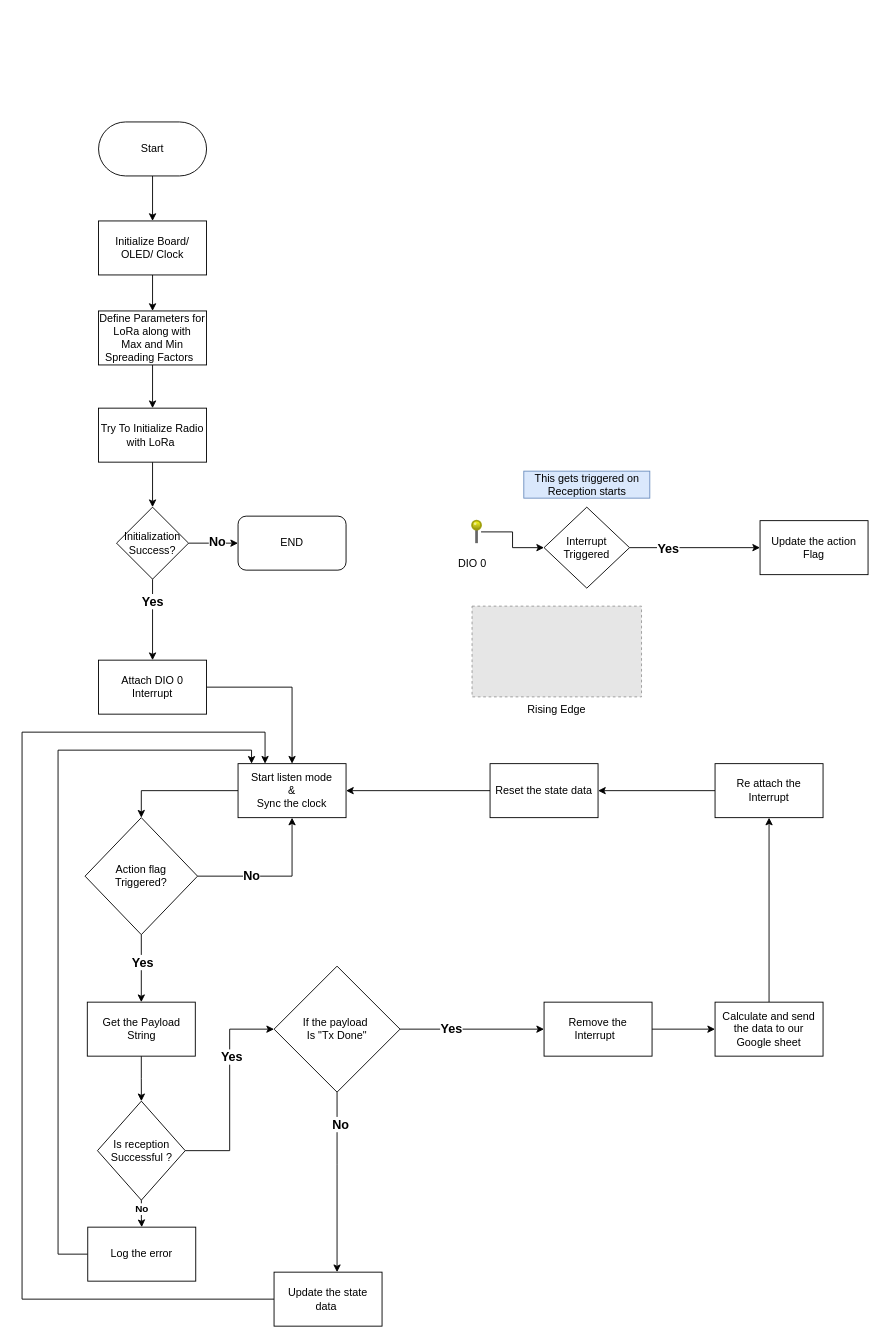
The draw.io diagram LoRaReciver.drawio in NuwanUdara/my-diagrams, before the edit. Source tidied: cells renumbered, new cells numbered last; positions are measured from the earlier drawing's top-left corner, leaving out a move shared by most shapes. Both pictures are drawn from the tidied source at 90%, with x=0, y=0 at pixel (22, 122). Pictures stored in the file or linked from it are replaced by grey dashed boxes.
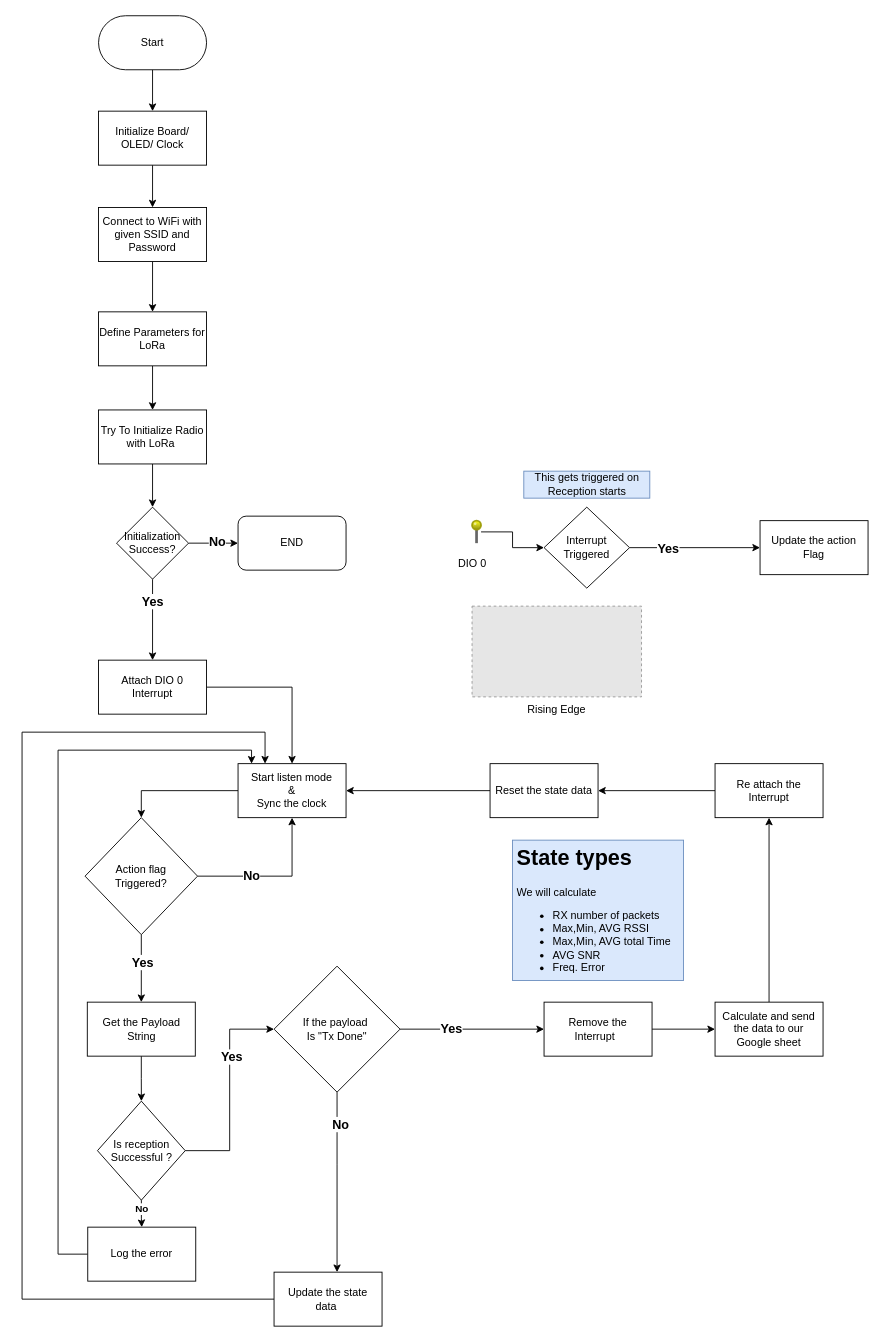
After the change.

Change to the diagram source:
```diff
@@
     <mxCell id="3" value="Start" style="rounded=1;whiteSpace=wrap;html=1;arcSize=50;" parent="1" vertex="1">
-      <mxGeometry x="85" width="120" height="60" as="geometry" />
+      <mxGeometry x="85" y="-118" width="120" height="60" as="geometry" />
     </mxCell>
-    <mxCell id="4" style="edgeStyle=orthogonalEdgeStyle;rounded=0;jettySize=auto;html=1;" parent="1" edge="1" source="5" target="7">
-      <mxGeometry relative="1" as="geometry" />
-    </mxCell>
+    <mxCell id="58" style="edgeStyle=orthogonalEdgeStyle;rounded=0;jettySize=auto;html=1;" parent="1" edge="1" source="5" target="60">
+      <mxGeometry relative="1" as="geometry" />
+    </mxCell>
     <mxCell id="5" value="Initialize Board/ &lt;br&gt;OLED/ Clock" style="rounded=0;whiteSpace=wrap;html=1;" parent="1" vertex="1">
-      <mxGeometry x="85" y="110" width="120" height="60" as="geometry" />
+      <mxGeometry x="85" y="-12" width="120" height="60" as="geometry" />
     </mxCell>
@@
-    <mxCell id="7" value="Define Parameters for LoRa along with&lt;br&gt;Max and Min Spreading Factors&amp;nbsp;&amp;nbsp;" style="whiteSpace=wrap;html=1;rounded=0;" parent="1" vertex="1">
-      <mxGeometry x="85" y="210" width="120" height="60" as="geometry" />
+    <mxCell id="7" value="Define Parameters for LoRa" style="whiteSpace=wrap;html=1;rounded=0;" parent="1" vertex="1">
+      <mxGeometry x="85" y="211" width="120" height="60" as="geometry" />
     </mxCell>
@@
     <mxCell id="9" value="Try To Initialize Radio with LoRa&amp;nbsp;" style="whiteSpace=wrap;html=1;rounded=0;" parent="1" vertex="1">
-      <mxGeometry x="85" y="318" width="120" height="60" as="geometry" />
+      <mxGeometry x="85" y="320" width="120" height="60" as="geometry" />
     </mxCell>
@@
+    <mxCell id="59" style="edgeStyle=orthogonalEdgeStyle;rounded=0;jettySize=auto;html=1;" parent="1" edge="1" source="60" target="7">
+      <mxGeometry relative="1" as="geometry" />
+    </mxCell>
+    <mxCell id="60" value="Connect to WiFi with given SSID and Password" style="whiteSpace=wrap;html=1;rounded=0;" parent="1" vertex="1">
+      <mxGeometry x="85" y="95" width="120" height="60" as="geometry" />
+    </mxCell>
+    <mxCell id="61" value="&lt;h1&gt;State types&lt;/h1&gt;&lt;p&gt;We will calculate&lt;/p&gt;&lt;p&gt;&lt;/p&gt;&lt;ul&gt;&lt;li&gt;RX number of packets&lt;/li&gt;&lt;li&gt;Max,Min, AVG RSSI&lt;/li&gt;&lt;li&gt;Max,Min, AVG total Time&lt;/li&gt;&lt;li&gt;AVG SNR&lt;/li&gt;&lt;li&gt;Freq. Error&lt;/li&gt;&lt;/ul&gt;&lt;p&gt;&lt;/p&gt;" style="text;html=1;strokeColor=#6c8ebf;fillColor=#dae8fc;spacing=5;spacingTop=-20;whiteSpace=wrap;overflow=hidden;rounded=0;" parent="1" vertex="1">
+      <mxGeometry x="545" y="798" width="190" height="156" as="geometry" />
+    </mxCell>
```
